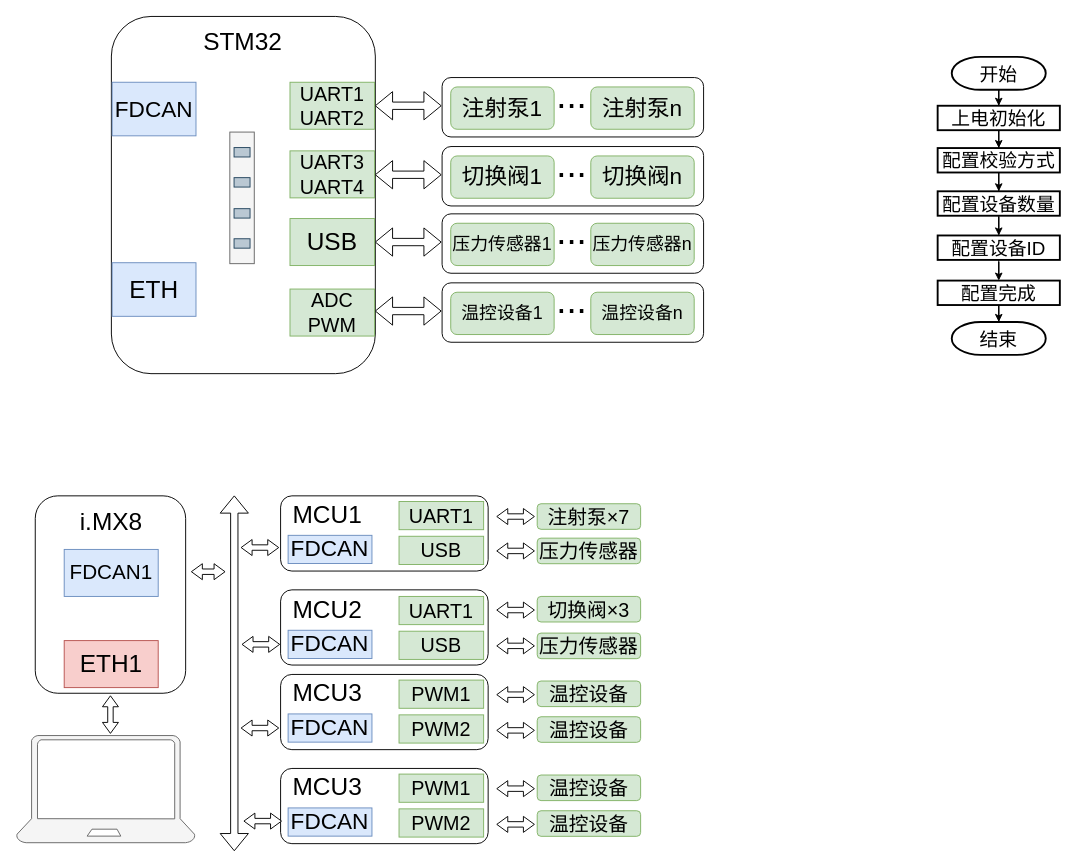
madao101/draw keeps this draw.io diagram as 第六章绘图.drawio. Above is the earlier version. Source tidied: cells renumbered, new cells numbered last; positions are measured from the earlier drawing's top-left corner, leaving out a move shared by most shapes. Both pictures are drawn from the tidied source at 94%, with x=0, y=0 at pixel (16, 16).
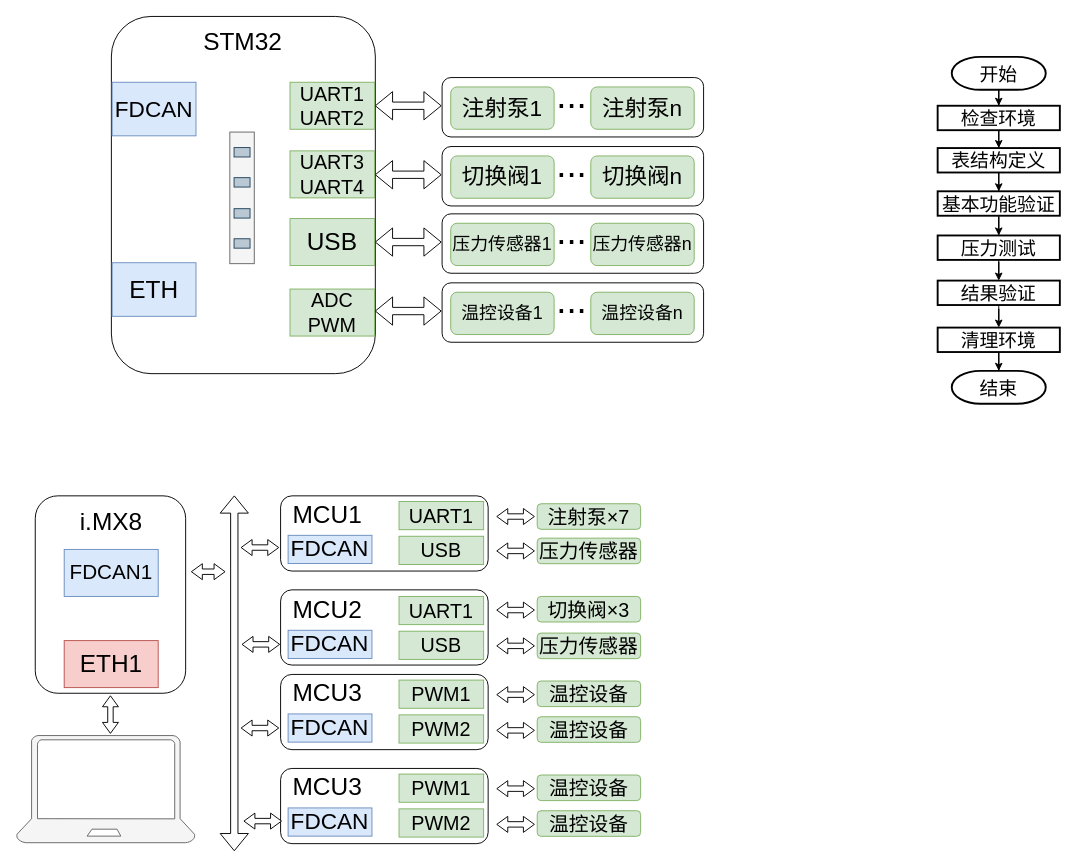
The same page after the edit.

Commit message:
更新第六章绘图.drawio

What changed in the source:
```diff
@@
-    <mxCell id="88" value="上电初始化" style="whiteSpace=wrap;html=1;fontSize=20;strokeWidth=2;" parent="1" vertex="1">
+    <mxCell id="88" value="检查环境" style="whiteSpace=wrap;html=1;fontSize=20;strokeWidth=2;" parent="1" vertex="1">
       <mxGeometry x="980" y="95" width="130" height="26" as="geometry" />
     </mxCell>
@@
-    <mxCell id="90" value="配置校验方式" style="whiteSpace=wrap;html=1;fontSize=20;strokeWidth=2;" parent="1" vertex="1">
+    <mxCell id="90" value="表结构定义" style="whiteSpace=wrap;html=1;fontSize=20;strokeWidth=2;" parent="1" vertex="1">
       <mxGeometry x="980" y="140" width="130" height="26" as="geometry" />
     </mxCell>
@@
-    <mxCell id="92" value="配置设备数量" style="whiteSpace=wrap;html=1;fontSize=20;strokeWidth=2;" parent="1" vertex="1">
+    <mxCell id="92" value="基本功能验证" style="whiteSpace=wrap;html=1;fontSize=20;strokeWidth=2;" parent="1" vertex="1">
       <mxGeometry x="980" y="186" width="130" height="26" as="geometry" />
     </mxCell>
@@
-    <mxCell id="94" value="配置设备ID" style="whiteSpace=wrap;html=1;fontSize=20;strokeWidth=2;" parent="1" vertex="1">
+    <mxCell id="94" value="压力测试" style="whiteSpace=wrap;html=1;fontSize=20;strokeWidth=2;" parent="1" vertex="1">
       <mxGeometry x="980" y="233" width="130" height="26" as="geometry" />
     </mxCell>
-    <mxCell id="95" style="edgeStyle=orthogonalEdgeStyle;rounded=0;jettySize=auto;html=1;" parent="1" edge="1" source="96" target="97">
-      <mxGeometry relative="1" as="geometry" />
-    </mxCell>
+    <mxCell id="98" style="edgeStyle=orthogonalEdgeStyle;rounded=0;jettySize=auto;html=1;" parent="1" edge="1" source="96" target="100">
+      <mxGeometry relative="1" as="geometry" />
+    </mxCell>
-    <mxCell id="96" value="配置完成" style="whiteSpace=wrap;html=1;fontSize=20;strokeWidth=2;" parent="1" vertex="1">
+    <mxCell id="96" value="结果验证" style="whiteSpace=wrap;html=1;fontSize=20;strokeWidth=2;" parent="1" vertex="1">
       <mxGeometry x="980" y="281" width="130" height="26" as="geometry" />
     </mxCell>
     <mxCell id="97" value="结束" style="strokeWidth=2;html=1;shape=mxgraph.flowchart.terminator;whiteSpace=wrap;fontSize=20;" parent="1" vertex="1">
-      <mxGeometry x="995" y="325" width="100" height="35" as="geometry" />
+      <mxGeometry x="995" y="377" width="100" height="35" as="geometry" />
     </mxCell>
+    <mxCell id="99" style="edgeStyle=orthogonalEdgeStyle;rounded=0;jettySize=auto;html=1;" parent="1" edge="1" source="100" target="97">
+      <mxGeometry relative="1" as="geometry" />
+    </mxCell>
+    <mxCell id="100" value="清理环境" style="whiteSpace=wrap;html=1;fontSize=20;strokeWidth=2;" parent="1" vertex="1">
+      <mxGeometry x="980" y="331" width="130" height="26" as="geometry" />
+    </mxCell>
```
